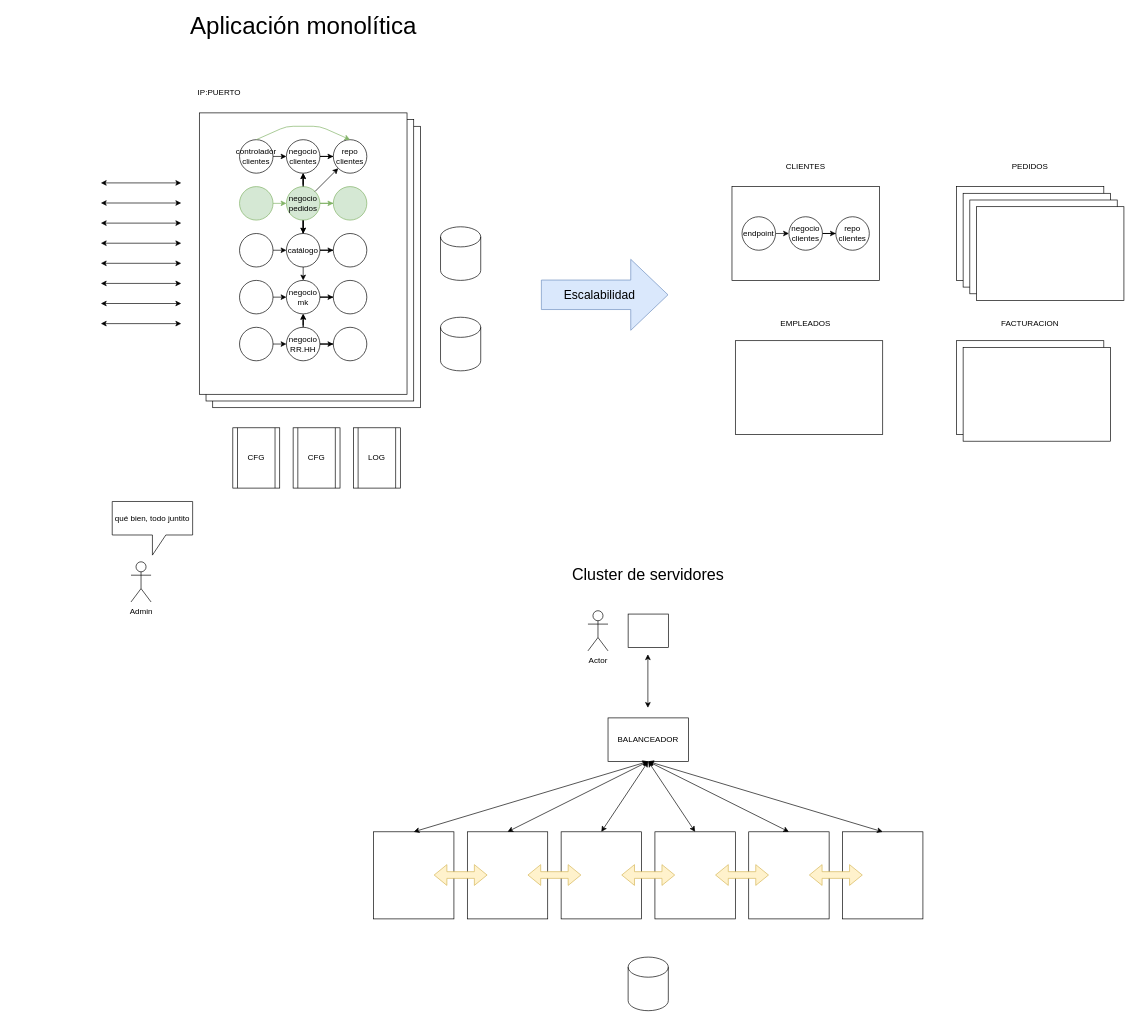
lrag/Patrones keeps this draw.io diagram as page "Página-10" (10 of 42) of patrones_2022_7.drawio. Above is the earlier version. Source tidied: cells renumbered, new cells numbered last; positions are measured from the earlier drawing's top-left corner, leaving out a move shared by most shapes. Both pictures are drawn from the tidied source at 67%, with x=0, y=0 at pixel (100, 19).
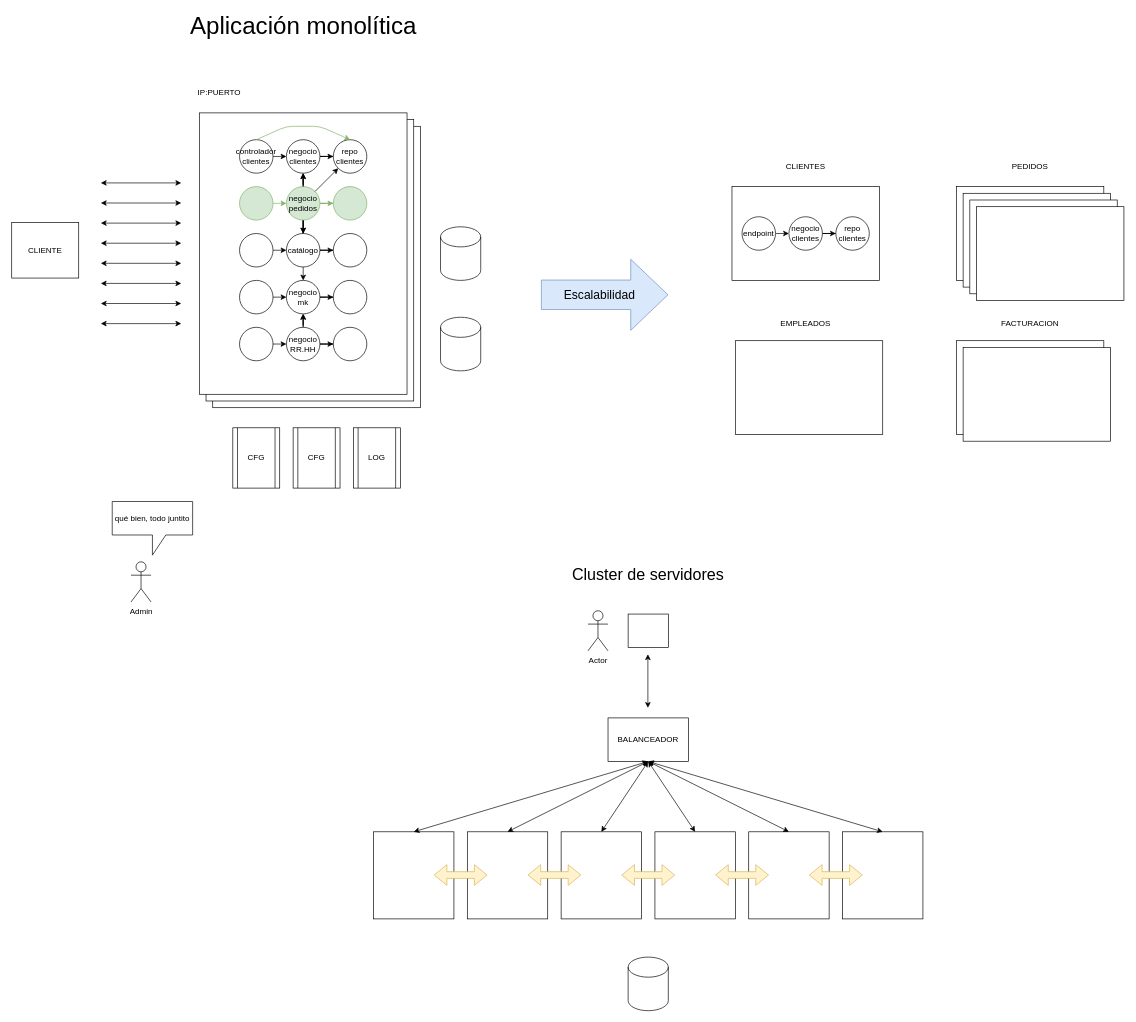
Above is the later version.

What changed in the source:
```diff
@@
+    <mxCell id="98" value="CLIENTE" style="rounded=0;whiteSpace=wrap;html=1;fontSize=12;" parent="1" vertex="1">
+      <mxGeometry x="-133" y="303.5" width="100" height="83" as="geometry" />
+    </mxCell>
```
